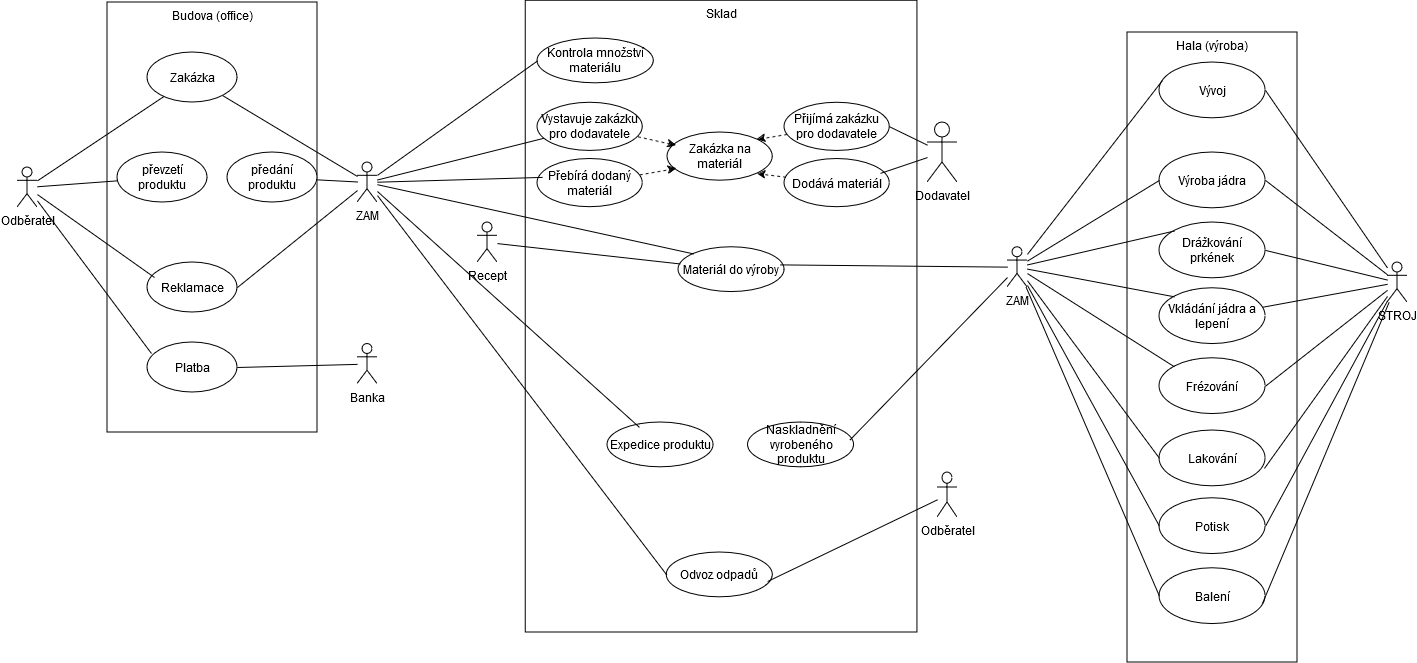
This is SW_ING/Tužka_usecase.png from KarelMasa/pg, a draw.io export, as it was before one commit. Source tidied: cells renumbered, new cells last; positions are measured from the earlier drawing's top-left corner, leaving out a move shared by most shapes.
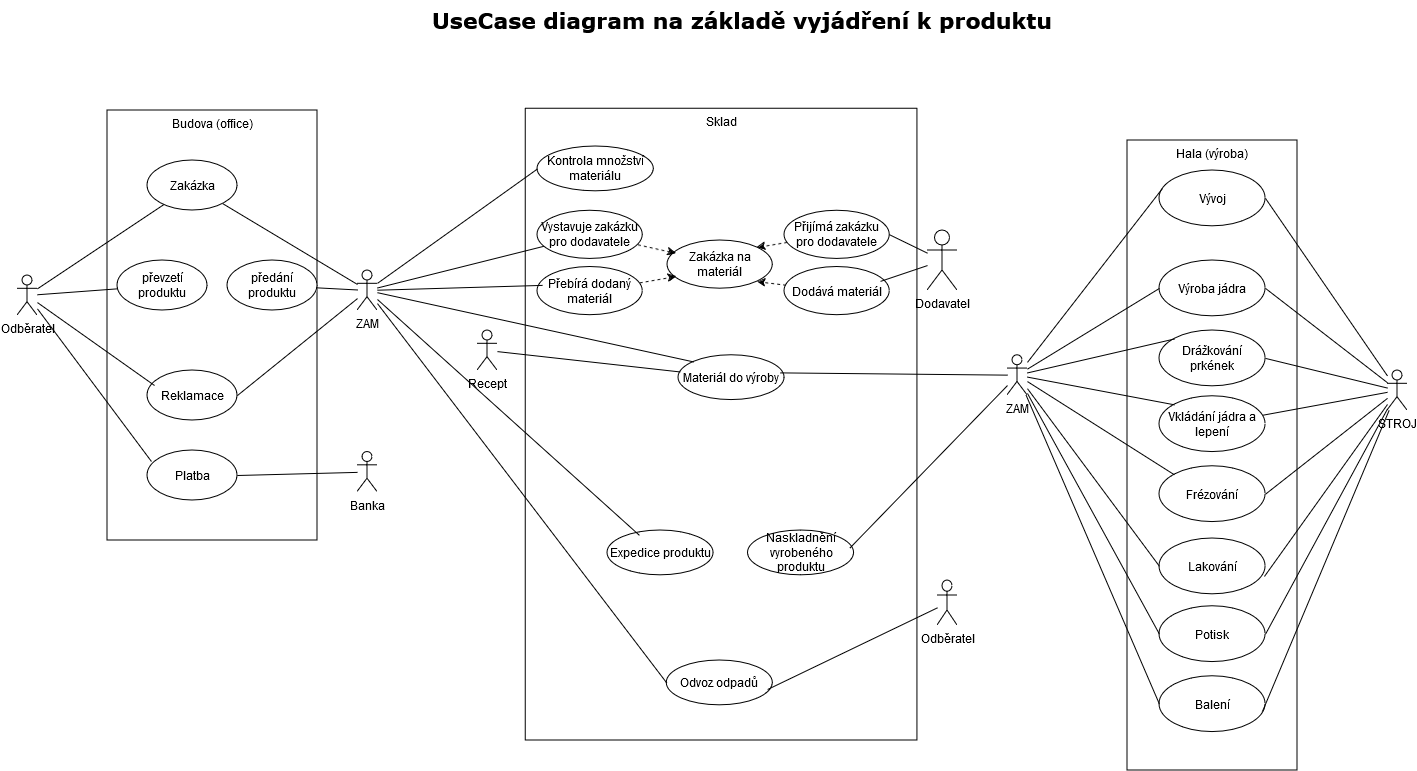
The same file after the commit.

Diff of the diagram source:
```diff
@@ -233,5 +233,8 @@
     <mxCell id="78" style="rounded=0;jettySize=auto;html=1;entryX=0.952;entryY=0.647;entryDx=0;entryDy=0;entryPerimeter=0;startArrow=none;startFill=0;endArrow=none;endFill=0;" parent="1" edge="1" source="77" target="40">
       <mxGeometry relative="1" as="geometry" />
     </mxCell>
+    <mxCell id="79" value="UseCase diagram na základě vyjádření k produktu" style="text;strokeColor=none;align=center;fillColor=none;html=1;verticalAlign=top;whiteSpace=wrap;rounded=0;horizontal=1;fontStyle=1;fontSize=22;fontFamily=Verdana;" parent="1" vertex="1">
+      <mxGeometry x="360" y="-108" width="730" height="30" as="geometry" />
+    </mxCell>
   </root>
 </mxGraphModel>
```
